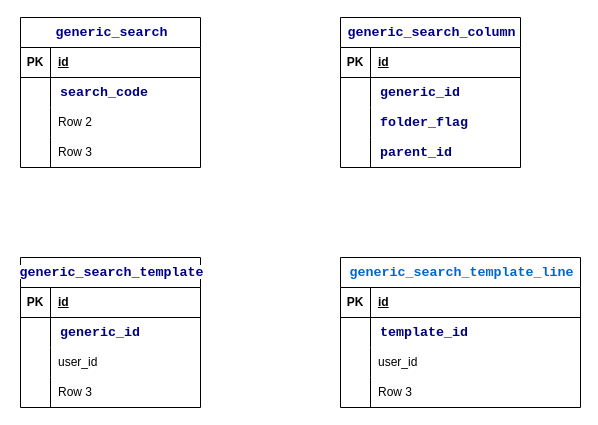
DongRuihua/draw keeps this draw.io diagram as 通用查询表关系.drawio. Above is the earlier version. Source tidied: cells renumbered, new cells numbered last; positions are measured from the earlier drawing's top-left corner, leaving out a move shared by most shapes. Both pictures are drawn from the tidied source at 100%, with x=0, y=0 at pixel (20, 17).
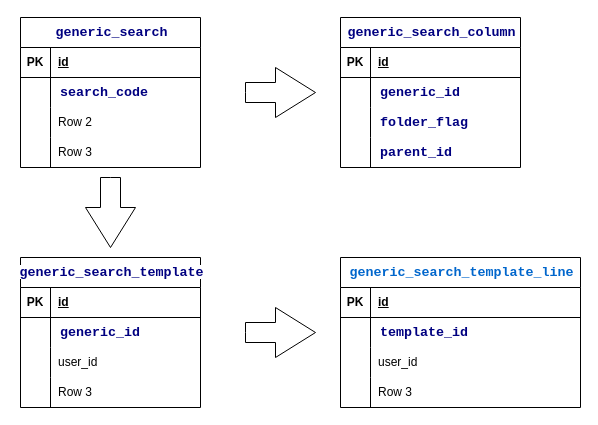
The same diagram, later.

Commit message:
更新通用查询表关系.drawio

Diff of the diagram source:
```diff
@@
+    <mxCell id="54" style="html=1;shadow=0;dashed=0;align=center;verticalAlign=middle;shape=mxgraph.arrows2.arrow;dy=0.6;dx=40;notch=0;" parent="1" vertex="1">
+      <mxGeometry x="225" y="50" width="70" height="50" as="geometry" />
+    </mxCell>
+    <mxCell id="55" style="html=1;shadow=0;dashed=0;align=center;verticalAlign=middle;shape=mxgraph.arrows2.arrow;dy=0.6;dx=40;notch=0;rotation=90;" parent="1" vertex="1">
+      <mxGeometry x="55" y="170" width="70" height="50" as="geometry" />
+    </mxCell>
+    <mxCell id="56" style="html=1;shadow=0;dashed=0;align=center;verticalAlign=middle;shape=mxgraph.arrows2.arrow;dy=0.6;dx=40;notch=0;" parent="1" vertex="1">
+      <mxGeometry x="225" y="290" width="70" height="50" as="geometry" />
+    </mxCell>
```
